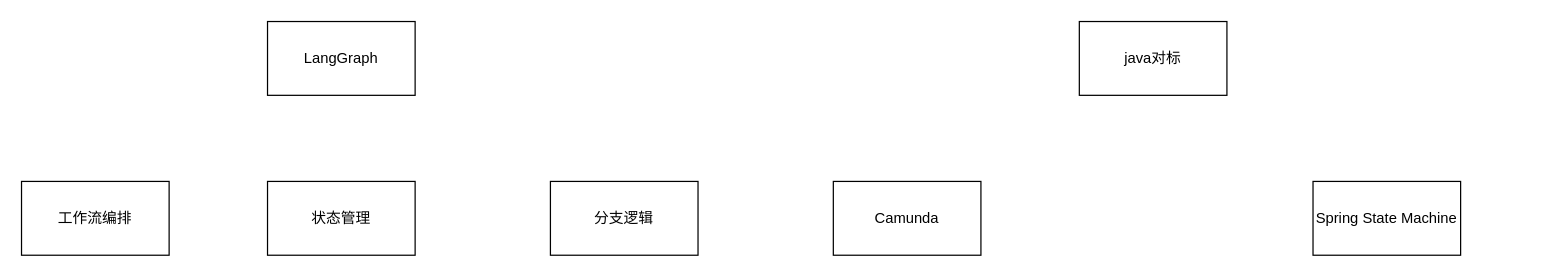
This is LangGraph.drawio from ChengziMao/picture, a draw.io file, before an edit. Source tidied: cells renumbered, new cells numbered last; positions are measured from the earlier drawing's top-left corner, leaving out a move shared by most shapes. Both pictures are drawn from the tidied source at 123%, with x=0, y=0 at pixel (21, 21).
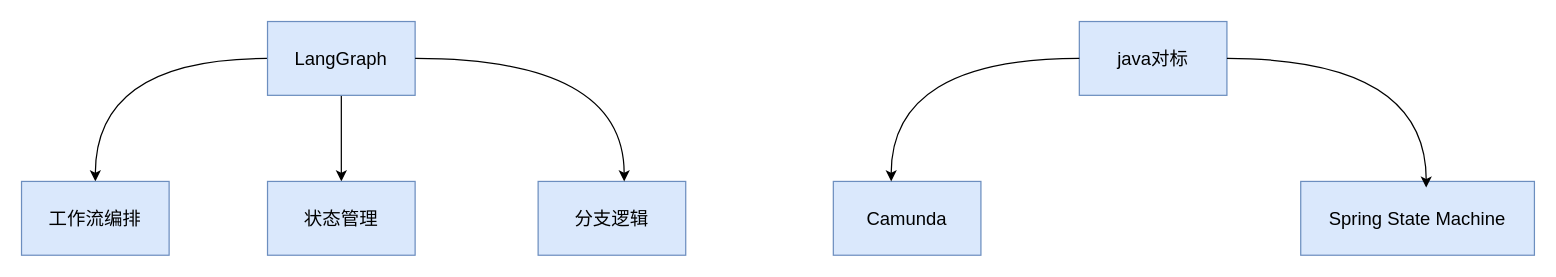
The same diagram, later.

The edit, as a diff of the source:
```diff
@@
 <mxGraphModel>
   <root>
     <mxCell id="0" />
     <mxCell id="1" parent="0" />
+    <mxCell id="9" style="edgeStyle=orthogonalEdgeStyle;rounded=0;jettySize=auto;html=1;entryX=0.5;entryY=0;entryDx=0;entryDy=0;fontSize=15;" parent="1" edge="1" source="2" target="5">
+      <mxGeometry relative="1" as="geometry" />
+    </mxCell>
+    <mxCell id="10" style="edgeStyle=orthogonalEdgeStyle;rounded=0;jettySize=auto;html=1;entryX=0.5;entryY=0;entryDx=0;entryDy=0;curved=1;fontSize=15;" parent="1" edge="1" source="2" target="4">
+      <mxGeometry relative="1" as="geometry" />
+    </mxCell>
-    <mxCell id="2" value="LangGraph" style="rounded=0;whiteSpace=wrap;html=1;" parent="1" vertex="1">
+    <mxCell id="2" value="LangGraph" style="rounded=0;whiteSpace=wrap;html=1;fontSize=15;fillColor=#dae8fc;strokeColor=#6c8ebf;" parent="1" vertex="1">
       <mxGeometry x="200" width="120" height="60" as="geometry" />
     </mxCell>
-    <mxCell id="3" value="java对标" style="rounded=0;whiteSpace=wrap;html=1;" parent="1" vertex="1">
+    <mxCell id="3" value="java对标" style="rounded=0;whiteSpace=wrap;html=1;fontSize=15;fillColor=#dae8fc;strokeColor=#6c8ebf;" parent="1" vertex="1">
       <mxGeometry x="860" width="120" height="60" as="geometry" />
     </mxCell>
-    <mxCell id="4" value="工作流编排" style="rounded=0;whiteSpace=wrap;html=1;" parent="1" vertex="1">
+    <mxCell id="4" value="工作流编排" style="rounded=0;whiteSpace=wrap;html=1;fontSize=15;fillColor=#dae8fc;strokeColor=#6c8ebf;" parent="1" vertex="1">
       <mxGeometry y="130" width="120" height="60" as="geometry" />
     </mxCell>
-    <mxCell id="5" value="状态管理" style="rounded=0;whiteSpace=wrap;html=1;" parent="1" vertex="1">
+    <mxCell id="5" value="状态管理" style="rounded=0;whiteSpace=wrap;html=1;fontSize=15;fillColor=#dae8fc;strokeColor=#6c8ebf;" parent="1" vertex="1">
       <mxGeometry x="200" y="130" width="120" height="60" as="geometry" />
     </mxCell>
-    <mxCell id="6" value="分支逻辑" style="rounded=0;whiteSpace=wrap;html=1;" parent="1" vertex="1">
-      <mxGeometry x="430" y="130" width="120" height="60" as="geometry" />
+    <mxCell id="6" value="分支逻辑" style="rounded=0;whiteSpace=wrap;html=1;fontSize=15;fillColor=#dae8fc;strokeColor=#6c8ebf;" parent="1" vertex="1">
+      <mxGeometry x="420" y="130" width="120" height="60" as="geometry" />
     </mxCell>
-    <mxCell id="7" value="Camunda" style="rounded=0;whiteSpace=wrap;html=1;" parent="1" vertex="1">
+    <mxCell id="7" value="Camunda" style="rounded=0;whiteSpace=wrap;html=1;fontSize=15;fillColor=#dae8fc;strokeColor=#6c8ebf;" parent="1" vertex="1">
       <mxGeometry x="660" y="130" width="120" height="60" as="geometry" />
     </mxCell>
-    <mxCell id="8" value="Spring State Machine" style="rounded=0;whiteSpace=wrap;html=1;" parent="1" vertex="1">
-      <mxGeometry x="1050" y="130" width="120" height="60" as="geometry" />
+    <mxCell id="8" value="Spring State Machine" style="rounded=0;whiteSpace=wrap;html=1;fontSize=15;fillColor=#dae8fc;strokeColor=#6c8ebf;" parent="1" vertex="1">
+      <mxGeometry x="1040" y="130" width="190" height="60" as="geometry" />
     </mxCell>
+    <mxCell id="11" style="edgeStyle=orthogonalEdgeStyle;rounded=0;jettySize=auto;html=1;entryX=0.583;entryY=0;entryDx=0;entryDy=0;entryPerimeter=0;curved=1;fontSize=15;" parent="1" edge="1" source="2" target="6">
+      <mxGeometry relative="1" as="geometry" />
+    </mxCell>
+    <mxCell id="12" style="edgeStyle=orthogonalEdgeStyle;rounded=0;jettySize=auto;html=1;entryX=0.392;entryY=0;entryDx=0;entryDy=0;entryPerimeter=0;curved=1;fontSize=15;" parent="1" edge="1" source="3" target="7">
+      <mxGeometry relative="1" as="geometry" />
+    </mxCell>
+    <mxCell id="13" style="edgeStyle=orthogonalEdgeStyle;rounded=0;jettySize=auto;html=1;entryX=0.537;entryY=0.083;entryDx=0;entryDy=0;entryPerimeter=0;curved=1;fontSize=15;" parent="1" edge="1" source="3" target="8">
+      <mxGeometry relative="1" as="geometry" />
+    </mxCell>
   </root>
 </mxGraphModel>
```
